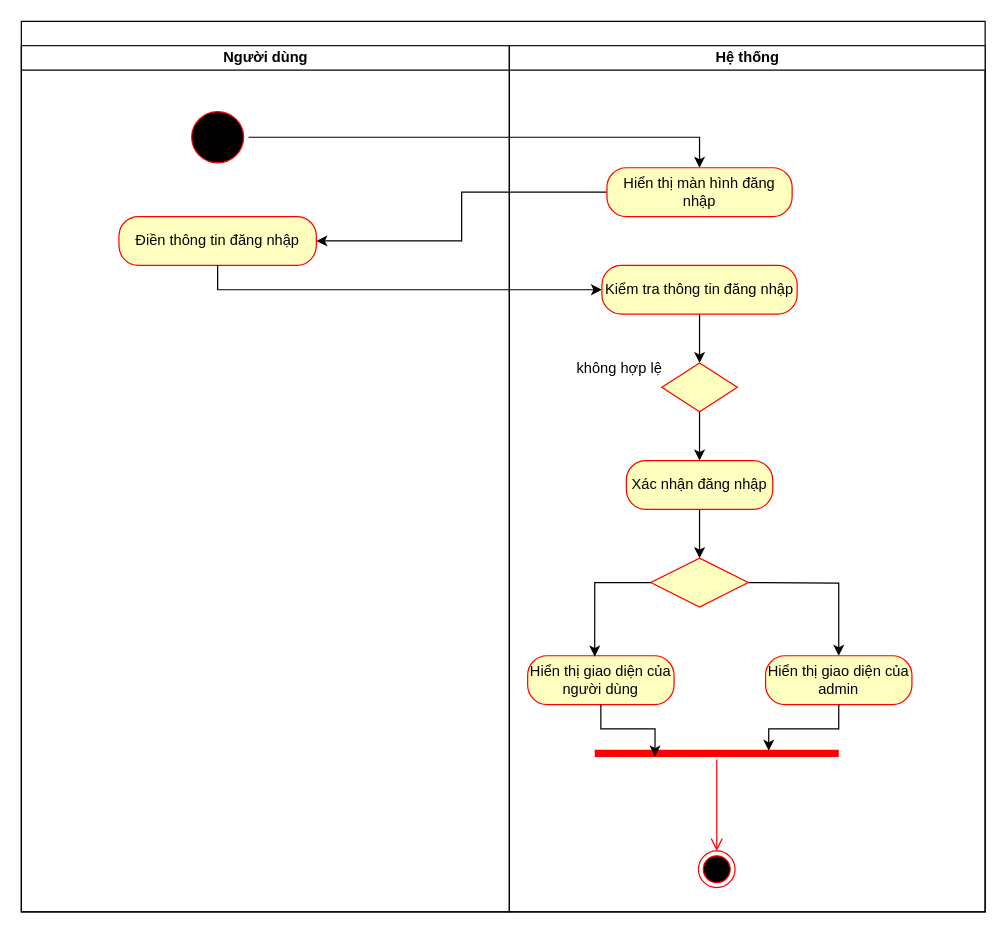
Earlier version of the draw.io diagram quenmk.drawio (nhan-ntt/SE). Source tidied: cells renumbered, new cells numbered last; positions are measured from the earlier drawing's top-left corner, leaving out a move shared by most shapes. Both pictures are drawn from the tidied source at 122%, with x=0, y=0 at pixel (21, 21).
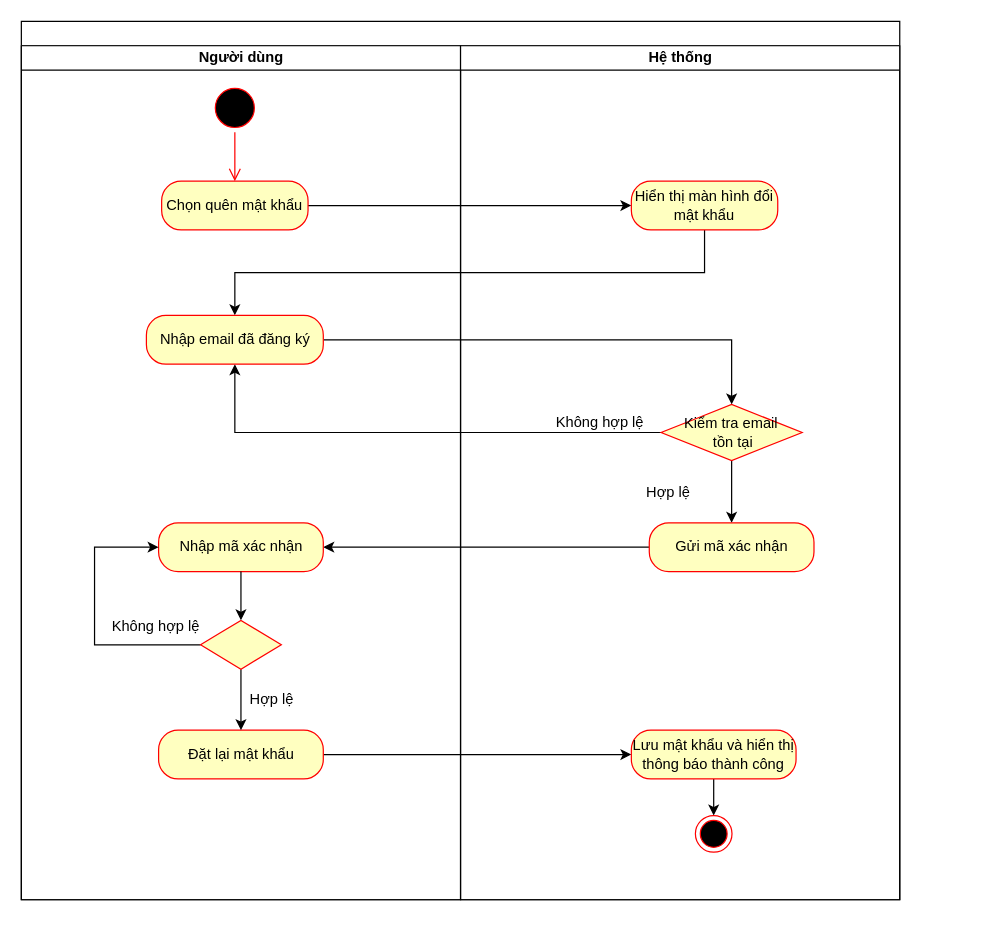
Above is the later version.

Change to the diagram source:
```diff
@@
     <mxCell id="2" style="swimlane;startSize=20;html=1;" parent="1" vertex="1">
-      <mxGeometry width="790" height="730" as="geometry" />
+      <mxGeometry width="720" height="720" as="geometry" />
     </mxCell>
     <mxCell id="3" value="Người dùng" style="swimlane;startSize=20;html=1;" parent="2" vertex="1">
-      <mxGeometry y="20" width="400" height="710" as="geometry" />
+      <mxGeometry y="20" width="360" height="700" as="geometry" />
     </mxCell>
-    <mxCell id="4" style="ellipse;shape=startState;fillColor=#000000;strokeColor=#ff0000;" parent="3" vertex="1">
-      <mxGeometry x="135.6" y="50" width="50.6" height="50" as="geometry" />
-    </mxCell>
-    <mxCell id="5" value="Điền thông tin đăng nhập" style="rounded=1;whiteSpace=wrap;html=1;arcSize=40;fontColor=#000000;fillColor=#ffffc0;strokeColor=#ff0000;" parent="3" vertex="1">
-      <mxGeometry x="80" y="140" width="161.8" height="40" as="geometry" />
-    </mxCell>
-    <mxCell id="6" style="edgeStyle=orthogonalEdgeStyle;rounded=0;jettySize=auto;html=1;" parent="2" edge="1" source="12" target="5">
-      <mxGeometry relative="1" as="geometry" />
-    </mxCell>
-    <mxCell id="7" style="edgeStyle=orthogonalEdgeStyle;rounded=0;jettySize=auto;html=1;exitX=1;exitY=0.5;exitDx=0;exitDy=0;entryX=0.5;entryY=0;entryDx=0;entryDy=0;" parent="2" edge="1" source="4" target="12">
-      <mxGeometry relative="1" as="geometry" />
-    </mxCell>
-    <mxCell id="8" style="edgeStyle=orthogonalEdgeStyle;rounded=0;jettySize=auto;html=1;exitX=0.5;exitY=1;exitDx=0;exitDy=0;entryX=0;entryY=0.5;entryDx=0;entryDy=0;" parent="2" edge="1" source="5" target="11">
-      <mxGeometry relative="1" as="geometry" />
-    </mxCell>
     <mxCell id="9" value="Hệ thống" style="swimlane;startSize=20;html=1;" parent="2" vertex="1">
-      <mxGeometry x="400" y="20" width="390" height="710" as="geometry" />
+      <mxGeometry x="360" y="20" width="360" height="700" as="geometry" />
     </mxCell>
-    <mxCell id="10" style="edgeStyle=orthogonalEdgeStyle;rounded=0;jettySize=auto;html=1;exitX=0.5;exitY=1;exitDx=0;exitDy=0;entryX=0.5;entryY=0;entryDx=0;entryDy=0;" parent="9" edge="1" source="11" target="13">
-      <mxGeometry relative="1" as="geometry" />
-    </mxCell>
-    <mxCell id="11" value="Kiểm tra thông tin đăng nhập" style="whiteSpace=wrap;html=1;fillColor=#ffffc0;strokeColor=#ff0000;fontColor=#000000;rounded=1;arcSize=40;" parent="9" vertex="1">
-      <mxGeometry x="75.9" y="180" width="160" height="40" as="geometry" />
-    </mxCell>
-    <mxCell id="12" value="Hiển thị màn hình đăng nhập" style="rounded=1;whiteSpace=wrap;html=1;arcSize=40;fontColor=#000000;fillColor=#ffffc0;strokeColor=#ff0000;" parent="9" vertex="1">
-      <mxGeometry x="80" y="100" width="151.8" height="40" as="geometry" />
-    </mxCell>
-    <mxCell id="13" style="rhombus;whiteSpace=wrap;html=1;fillColor=#ffffc0;strokeColor=#ff0000;fontColor=#000000;rounded=1;arcSize=0;" parent="9" vertex="1">
-      <mxGeometry x="124.9" y="260" width="62" height="40" as="geometry" />
-    </mxCell>
-    <mxCell id="14" value="không hợp lệ" style="text;html=1;align=center;verticalAlign=middle;strokeColor=none;fillColor=none;" parent="9" vertex="1">
-      <mxGeometry x="45" y="250" width="90" height="30" as="geometry" />
-    </mxCell>
-    <mxCell id="15" style="edgeStyle=orthogonalEdgeStyle;rounded=0;jettySize=auto;html=1;exitX=0.5;exitY=1;exitDx=0;exitDy=0;entryX=0.5;entryY=0;entryDx=0;entryDy=0;" parent="9" edge="1" source="16" target="20">
-      <mxGeometry relative="1" as="geometry" />
-    </mxCell>
-    <mxCell id="16" value="Xác nhận đăng nhập" style="rounded=1;whiteSpace=wrap;html=1;arcSize=40;fontColor=#000000;fillColor=#ffffc0;strokeColor=#ff0000;" parent="9" vertex="1">
-      <mxGeometry x="95.9" y="340" width="120" height="40" as="geometry" />
-    </mxCell>
-    <mxCell id="17" style="edgeStyle=orthogonalEdgeStyle;rounded=0;jettySize=auto;html=1;exitX=0.5;exitY=1;exitDx=0;exitDy=0;" parent="9" edge="1" source="13" target="16">
-      <mxGeometry relative="1" as="geometry" />
-    </mxCell>
-    <mxCell id="18" style="edgeStyle=orthogonalEdgeStyle;rounded=0;jettySize=auto;html=1;exitX=1;exitY=0.5;exitDx=0;exitDy=0;" parent="9" edge="1" source="20">
-      <mxGeometry relative="1" as="geometry">
-        <mxPoint x="196.1" y="439.7" as="targetPoint" />
-      </mxGeometry>
-    </mxCell>
-    <mxCell id="19" style="edgeStyle=orthogonalEdgeStyle;rounded=0;jettySize=auto;html=1;entryX=0.5;entryY=0;entryDx=0;entryDy=0;" parent="9" edge="1" target="23">
-      <mxGeometry relative="1" as="geometry">
-        <mxPoint x="195.9" y="440" as="sourcePoint" />
-      </mxGeometry>
-    </mxCell>
-    <mxCell id="20" style="rhombus;whiteSpace=wrap;html=1;fontColor=#000000;fillColor=#ffffc0;strokeColor=#ff0000;" parent="9" vertex="1">
-      <mxGeometry x="115.9" y="420" width="80" height="40" as="geometry" />
-    </mxCell>
-    <mxCell id="21" value="Hiển thị giao diện của người dùng" style="rounded=1;whiteSpace=wrap;html=1;arcSize=40;fontColor=#000000;fillColor=#ffffc0;strokeColor=#ff0000;" parent="9" vertex="1">
-      <mxGeometry x="15" y="500" width="120" height="40" as="geometry" />
-    </mxCell>
-    <mxCell id="22" style="edgeStyle=orthogonalEdgeStyle;rounded=0;jettySize=auto;html=1;exitX=0;exitY=0.5;exitDx=0;exitDy=0;entryX=0.458;entryY=0.018;entryDx=0;entryDy=0;entryPerimeter=0;" parent="9" edge="1" source="20" target="21">
-      <mxGeometry relative="1" as="geometry" />
-    </mxCell>
-    <mxCell id="23" value="Hiển thị giao diện của admin" style="rounded=1;whiteSpace=wrap;html=1;arcSize=40;fontColor=#000000;fillColor=#ffffc0;strokeColor=#ff0000;" parent="9" vertex="1">
-      <mxGeometry x="210" y="500" width="120" height="40" as="geometry" />
-    </mxCell>
-    <mxCell id="24" style="ellipse;html=1;shape=endState;fillColor=#000000;strokeColor=#ff0000;" parent="9" vertex="1">
-      <mxGeometry x="155" y="660" width="30" height="30" as="geometry" />
-    </mxCell>
-    <mxCell id="25" style="shape=line;html=1;strokeWidth=6;strokeColor=#ff0000;" parent="9" vertex="1">
-      <mxGeometry x="70" y="575" width="200" height="10" as="geometry" />
-    </mxCell>
-    <mxCell id="26" style="edgeStyle=orthogonalEdgeStyle;html=1;verticalAlign=bottom;endArrow=open;endSize=8;strokeColor=#ff0000;rounded=0;entryX=0.5;entryY=0;entryDx=0;entryDy=0;" parent="9" edge="1" source="25" target="24">
-      <mxGeometry relative="1" as="geometry" />
-    </mxCell>
-    <mxCell id="27" style="edgeStyle=orthogonalEdgeStyle;rounded=0;jettySize=auto;html=1;exitX=0.5;exitY=1;exitDx=0;exitDy=0;entryX=0.247;entryY=0.764;entryDx=0;entryDy=0;entryPerimeter=0;" parent="9" edge="1" source="21" target="25">
-      <mxGeometry relative="1" as="geometry" />
-    </mxCell>
-    <mxCell id="28" style="edgeStyle=orthogonalEdgeStyle;rounded=0;jettySize=auto;html=1;entryX=0.713;entryY=0.283;entryDx=0;entryDy=0;entryPerimeter=0;" parent="9" edge="1" source="23" target="25">
-      <mxGeometry relative="1" as="geometry" />
-    </mxCell>
+    <mxCell id="29" style="edgeStyle=orthogonalEdgeStyle;rounded=0;jettySize=auto;html=1;entryX=0.5;entryY=0;entryDx=0;entryDy=0;" parent="9" edge="1" source="38" target="48">
+      <mxGeometry relative="1" as="geometry" />
+    </mxCell>
+    <mxCell id="30" style="edgeStyle=orthogonalEdgeStyle;rounded=0;jettySize=auto;html=1;" parent="9" edge="1" source="49" target="39">
+      <mxGeometry relative="1" as="geometry" />
+    </mxCell>
+    <mxCell id="31" style="edgeStyle=orthogonalEdgeStyle;rounded=0;jettySize=auto;html=1;" parent="9" edge="1" source="40" target="51">
+      <mxGeometry relative="1" as="geometry" />
+    </mxCell>
+    <mxCell id="32" style="edgeStyle=orthogonalEdgeStyle;rounded=0;jettySize=auto;html=1;exitX=0;exitY=0.5;exitDx=0;exitDy=0;entryX=0.5;entryY=1;entryDx=0;entryDy=0;" parent="9" edge="1" source="48" target="38">
+      <mxGeometry relative="1" as="geometry" />
+    </mxCell>
+    <mxCell id="33" style="edgeStyle=orthogonalEdgeStyle;rounded=0;jettySize=auto;html=1;" parent="9" edge="1" source="37" target="54">
+      <mxGeometry relative="1" as="geometry" />
+    </mxCell>
+    <mxCell id="34" style="edgeStyle=orthogonalEdgeStyle;rounded=0;jettySize=auto;html=1;exitX=0.5;exitY=1;exitDx=0;exitDy=0;" parent="9" edge="1" source="54" target="38">
+      <mxGeometry relative="1" as="geometry" />
+    </mxCell>
+    <mxCell id="35" style="ellipse;html=1;shape=startState;fillColor=#000000;strokeColor=#ff0000;" parent="9" vertex="1">
+      <mxGeometry x="-205" y="31" width="40" height="40" as="geometry" />
+    </mxCell>
+    <mxCell id="36" style="edgeStyle=orthogonalEdgeStyle;html=1;verticalAlign=bottom;endArrow=open;endSize=8;strokeColor=#ff0000;rounded=0;entryX=0.5;entryY=0;entryDx=0;entryDy=0;" parent="9" edge="1" source="35" target="37">
+      <mxGeometry relative="1" as="geometry" />
+    </mxCell>
+    <mxCell id="37" value="Chọn quên mật khẩu" style="rounded=1;whiteSpace=wrap;html=1;arcSize=40;fontColor=#000000;fillColor=#ffffc0;strokeColor=#ff0000;" parent="9" vertex="1">
+      <mxGeometry x="-245" y="111" width="120" height="40" as="geometry" />
+    </mxCell>
+    <mxCell id="38" value="Nhập email đã đăng ký" style="rounded=1;whiteSpace=wrap;html=1;arcSize=40;fontColor=#000000;fillColor=#ffffc0;strokeColor=#ff0000;" parent="9" vertex="1">
+      <mxGeometry x="-257.5" y="221" width="145" height="40" as="geometry" />
+    </mxCell>
+    <mxCell id="39" value="Nhập mã xác nhận" style="whiteSpace=wrap;html=1;fillColor=#ffffc0;strokeColor=#ff0000;fontColor=#000000;rounded=1;arcSize=40;" parent="9" vertex="1">
+      <mxGeometry x="-247.5" y="391" width="135" height="40" as="geometry" />
+    </mxCell>
+    <mxCell id="40" value="Đặt lại mật khẩu" style="whiteSpace=wrap;html=1;fillColor=#ffffc0;strokeColor=#ff0000;fontColor=#000000;rounded=1;arcSize=40;" parent="9" vertex="1">
+      <mxGeometry x="-247.5" y="561" width="135" height="40" as="geometry" />
+    </mxCell>
+    <mxCell id="41" style="edgeStyle=orthogonalEdgeStyle;rounded=0;jettySize=auto;html=1;" parent="9" edge="1" source="43" target="40">
+      <mxGeometry relative="1" as="geometry" />
+    </mxCell>
+    <mxCell id="42" style="edgeStyle=orthogonalEdgeStyle;rounded=0;jettySize=auto;html=1;exitX=0;exitY=0.5;exitDx=0;exitDy=0;entryX=0;entryY=0.5;entryDx=0;entryDy=0;" parent="9" edge="1" source="43" target="39">
+      <mxGeometry relative="1" as="geometry">
+        <Array as="points">
+          <mxPoint x="-300" y="491" />
+          <mxPoint x="-300" y="411" />
+        </Array>
+      </mxGeometry>
+    </mxCell>
+    <mxCell id="43" style="rhombus;whiteSpace=wrap;html=1;fillColor=#ffffc0;strokeColor=#ff0000;fontColor=#000000;rounded=1;arcSize=0;" parent="9" vertex="1">
+      <mxGeometry x="-213.1" y="471" width="66.2" height="40" as="geometry" />
+    </mxCell>
+    <mxCell id="44" style="edgeStyle=orthogonalEdgeStyle;rounded=0;jettySize=auto;html=1;" parent="9" edge="1" source="39" target="43">
+      <mxGeometry relative="1" as="geometry" />
+    </mxCell>
+    <mxCell id="45" value="Hợp lệ" style="text;html=1;align=center;verticalAlign=middle;strokeColor=none;fillColor=none;" parent="9" vertex="1">
+      <mxGeometry x="-185" y="521" width="60" height="30" as="geometry" />
+    </mxCell>
+    <mxCell id="46" value="Không hợp lệ" style="text;html=1;align=center;verticalAlign=middle;strokeColor=none;fillColor=none;" parent="9" vertex="1">
+      <mxGeometry x="-300" y="461" width="100" height="30" as="geometry" />
+    </mxCell>
+    <mxCell id="47" style="edgeStyle=orthogonalEdgeStyle;rounded=0;jettySize=auto;html=1;" parent="9" edge="1" source="48" target="49">
+      <mxGeometry relative="1" as="geometry" />
+    </mxCell>
+    <mxCell id="48" value="Kiểm tra email&lt;br&gt;&amp;nbsp;tồn tại" style="rhombus;whiteSpace=wrap;html=1;fillColor=#ffffc0;strokeColor=#ff0000;fontColor=#000000;rounded=1;arcSize=0;" parent="9" vertex="1">
+      <mxGeometry x="164.4" y="294" width="115.6" height="46" as="geometry" />
+    </mxCell>
+    <mxCell id="49" value="Gửi mã xác nhận" style="whiteSpace=wrap;html=1;fillColor=#ffffc0;strokeColor=#ff0000;fontColor=#000000;rounded=1;arcSize=40;" parent="9" vertex="1">
+      <mxGeometry x="154.7" y="391" width="135" height="40" as="geometry" />
+    </mxCell>
+    <mxCell id="50" style="edgeStyle=orthogonalEdgeStyle;rounded=0;jettySize=auto;html=1;" parent="9" edge="1" source="51" target="52">
+      <mxGeometry relative="1" as="geometry" />
+    </mxCell>
+    <mxCell id="51" value="Lưu mật khẩu và hiển thị thông báo thành công" style="whiteSpace=wrap;html=1;fillColor=#ffffc0;strokeColor=#ff0000;fontColor=#000000;rounded=1;arcSize=40;" parent="9" vertex="1">
+      <mxGeometry x="140" y="561" width="135" height="40" as="geometry" />
+    </mxCell>
+    <mxCell id="52" style="ellipse;html=1;shape=endState;fillColor=#000000;strokeColor=#ff0000;" parent="9" vertex="1">
+      <mxGeometry x="192.5" y="631" width="30" height="30" as="geometry" />
+    </mxCell>
+    <mxCell id="53" value="Không hợp lệ" style="text;html=1;align=center;verticalAlign=middle;strokeColor=none;fillColor=none;" parent="9" vertex="1">
+      <mxGeometry x="64.4" y="294" width="100" height="30" as="geometry" />
+    </mxCell>
+    <mxCell id="54" value="Hiển thị màn hình đổi mật khẩu" style="rounded=1;whiteSpace=wrap;html=1;arcSize=40;fontColor=#000000;fillColor=#ffffc0;strokeColor=#ff0000;" parent="9" vertex="1">
+      <mxGeometry x="140" y="111" width="120" height="40" as="geometry" />
+    </mxCell>
+    <mxCell id="55" value="Hợp lệ" style="text;html=1;align=center;verticalAlign=middle;strokeColor=none;fillColor=none;" parent="9" vertex="1">
+      <mxGeometry x="140" y="351" width="60" height="30" as="geometry" />
+    </mxCell>
```
